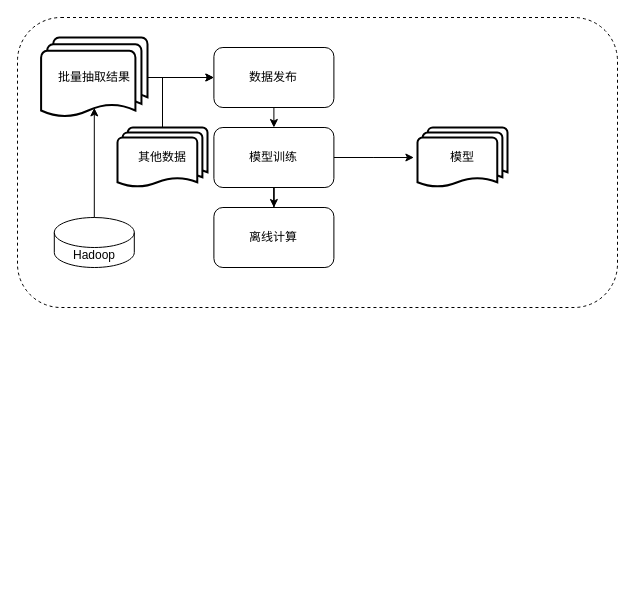
Before: Untitled Diagram.drawio in yuanjie-ai/000drawio, a draw.io diagram. Source tidied: cells renumbered, new cells numbered last; positions are measured from the earlier drawing's top-left corner, leaving out a move shared by most shapes. Both pictures are drawn from the tidied source at 100%, with x=0, y=0 at pixel (17, 17).
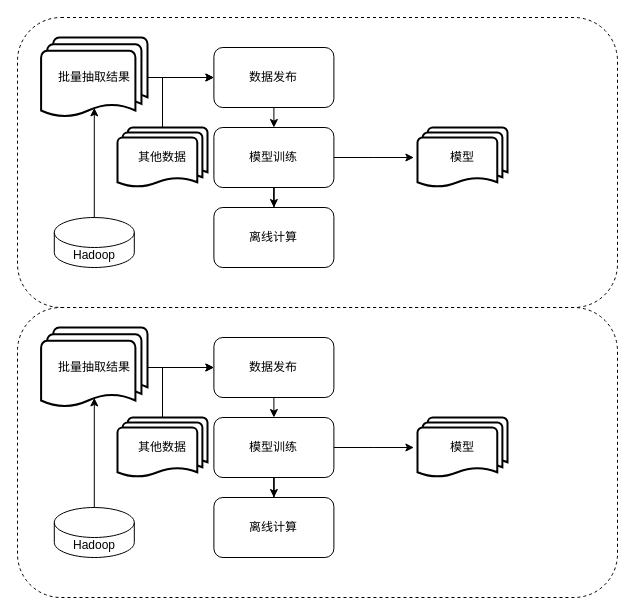
The same page after the edit.

Change to the diagram source:
```diff
@@
+    <mxCell id="17" style="group;" parent="1" vertex="1">
+      <mxGeometry y="290" width="600" height="290" as="geometry" />
+    </mxCell>
+    <mxCell id="18" style="rounded=1;whiteSpace=wrap;html=1;dashed=1;" parent="17" vertex="1">
+      <mxGeometry width="600" height="290" as="geometry" />
+    </mxCell>
+    <mxCell id="19" value="Hadoop" style="shape=cylinder3;whiteSpace=wrap;html=1;boundedLbl=1;backgroundOutline=1;size=15;" parent="17" vertex="1">
+      <mxGeometry x="36.8" y="200" width="80" height="50" as="geometry" />
+    </mxCell>
+    <mxCell id="20" value="批量抽取结果" style="strokeWidth=2;html=1;shape=mxgraph.flowchart.multi-document;whiteSpace=wrap;fontFamily=Helvetica;" parent="17" vertex="1">
+      <mxGeometry x="23.6" y="20" width="106.4" height="80" as="geometry" />
+    </mxCell>
+    <mxCell id="21" style="edgeStyle=orthogonalEdgeStyle;rounded=0;jettySize=auto;html=1;exitX=0.5;exitY=0;exitDx=0;exitDy=0;exitPerimeter=0;fontFamily=Helvetica;entryX=0.5;entryY=0.88;entryDx=0;entryDy=0;entryPerimeter=0;" parent="17" edge="1" source="19" target="20">
+      <mxGeometry relative="1" as="geometry" />
+    </mxCell>
+    <mxCell id="22" style="edgeStyle=orthogonalEdgeStyle;rounded=0;jettySize=auto;html=1;exitX=0.5;exitY=0;exitDx=0;exitDy=0;exitPerimeter=0;entryX=0;entryY=0.5;entryDx=0;entryDy=0;fontFamily=Helvetica;" parent="17" edge="1" source="23" target="24">
+      <mxGeometry relative="1" as="geometry" />
+    </mxCell>
+    <mxCell id="23" value="其他数据" style="strokeWidth=2;html=1;shape=mxgraph.flowchart.multi-document;whiteSpace=wrap;fontFamily=Helvetica;" parent="17" vertex="1">
+      <mxGeometry x="100" y="110" width="90" height="60" as="geometry" />
+    </mxCell>
+    <mxCell id="24" value="数据发布" style="rounded=1;whiteSpace=wrap;html=1;fontFamily=Helvetica;" parent="17" vertex="1">
+      <mxGeometry x="196.4" y="30" width="120" height="60" as="geometry" />
+    </mxCell>
+    <mxCell id="25" style="edgeStyle=orthogonalEdgeStyle;rounded=0;jettySize=auto;html=1;exitX=1;exitY=0.5;exitDx=0;exitDy=0;exitPerimeter=0;entryX=0;entryY=0.5;entryDx=0;entryDy=0;fontFamily=Helvetica;" parent="17" edge="1" source="20" target="24">
+      <mxGeometry relative="1" as="geometry" />
+    </mxCell>
+    <mxCell id="26" style="edgeStyle=orthogonalEdgeStyle;rounded=0;jettySize=auto;html=1;fontFamily=Helvetica;" parent="17" edge="1" source="27">
+      <mxGeometry relative="1" as="geometry">
+        <mxPoint x="396.4" y="140" as="targetPoint" />
+      </mxGeometry>
+    </mxCell>
+    <mxCell id="27" value="模型训练" style="rounded=1;whiteSpace=wrap;html=1;fontFamily=Helvetica;" parent="17" vertex="1">
+      <mxGeometry x="196.4" y="110" width="120" height="60" as="geometry" />
+    </mxCell>
+    <mxCell id="28" style="edgeStyle=orthogonalEdgeStyle;rounded=0;jettySize=auto;html=1;exitX=0.5;exitY=1;exitDx=0;exitDy=0;entryX=0.5;entryY=0;entryDx=0;entryDy=0;fontFamily=Helvetica;" parent="17" edge="1" source="24" target="27">
+      <mxGeometry relative="1" as="geometry" />
+    </mxCell>
+    <mxCell id="29" value="离线计算" style="whiteSpace=wrap;html=1;rounded=1;" parent="17" vertex="1">
+      <mxGeometry x="196.4" y="190" width="120" height="60" as="geometry" />
+    </mxCell>
+    <mxCell id="30" style="edgeStyle=orthogonalEdgeStyle;rounded=0;jettySize=auto;html=1;fontFamily=Helvetica;" parent="17" edge="1" source="27" target="29">
+      <mxGeometry relative="1" as="geometry" />
+    </mxCell>
+    <mxCell id="31" value="模型" style="strokeWidth=2;html=1;shape=mxgraph.flowchart.multi-document;whiteSpace=wrap;fontFamily=Helvetica;" parent="17" vertex="1">
+      <mxGeometry x="400" y="110" width="90" height="60" as="geometry" />
+    </mxCell>
```
